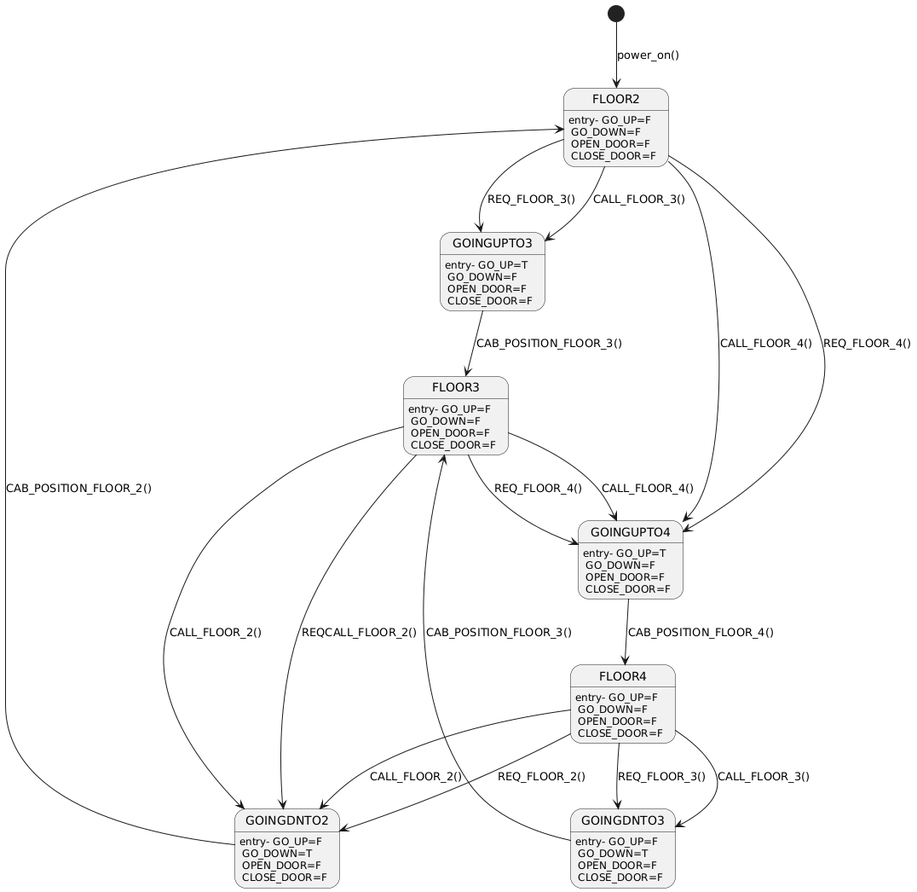
This is state_diagram.png from uta-jks83720/elevatorSimulator, a PlantUML export, as it was before one commit.
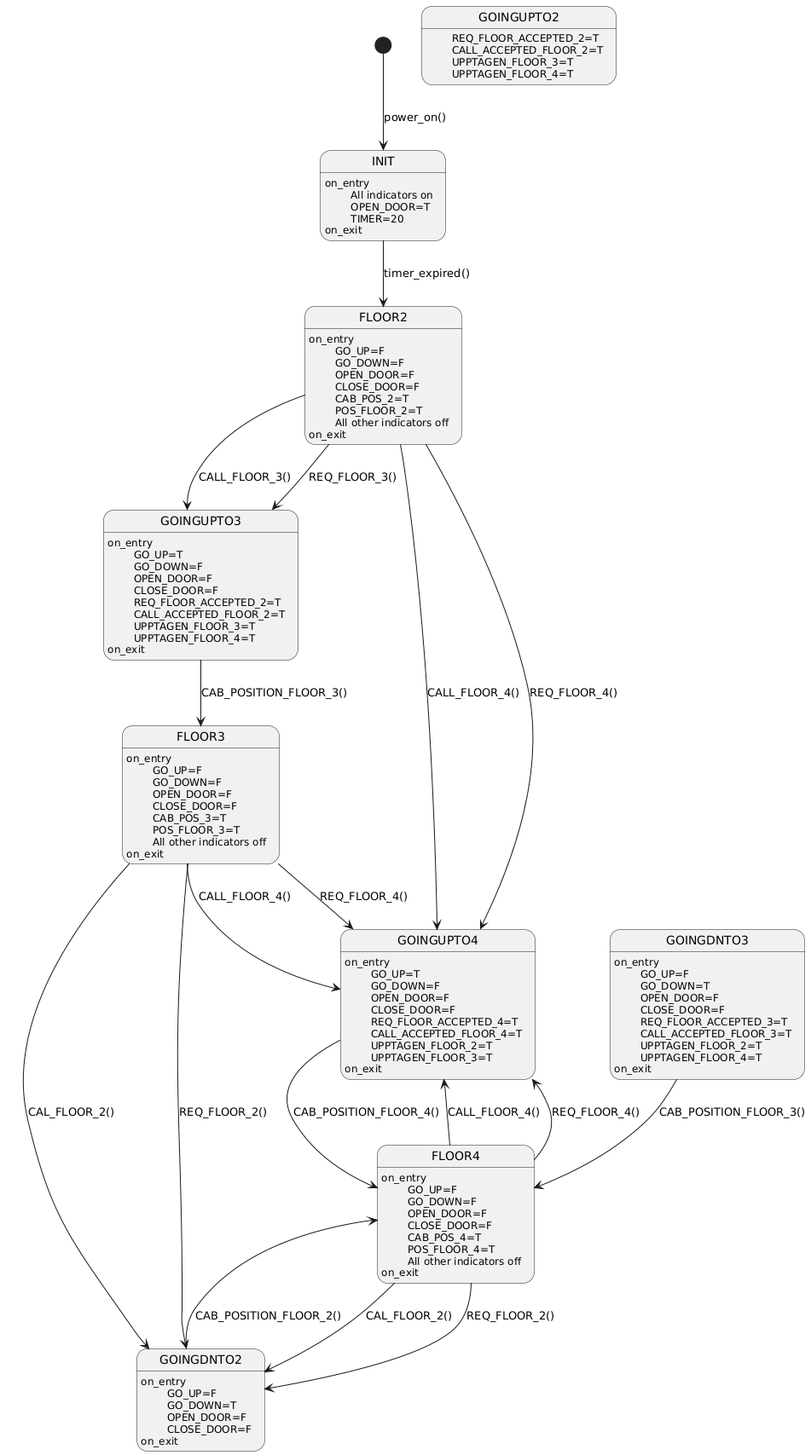
Above is the later version.

Commit message:
New state diagram picture.

What changed in the source:
```diff
@@ -1,26 +1,103 @@
 @startuml
-[*] --> FLOOR2 : power_on()
-FLOOR2 : entry- GO_UP=F\n GO_DOWN=F\n OPEN_DOOR=F \n CLOSE_DOOR=F
-FLOOR3 : entry- GO_UP=F\n GO_DOWN=F\n OPEN_DOOR=F \n CLOSE_DOOR=F
-FLOOR4 : entry- GO_UP=F\n GO_DOWN=F\n OPEN_DOOR=F \n CLOSE_DOOR=F
-GOINGUPTO3 : entry- GO_UP=T\n GO_DOWN=F\n OPEN_DOOR=F \n CLOSE_DOOR=F
-GOINGDNTO3 : entry- GO_UP=F\n GO_DOWN=T\n OPEN_DOOR=F \n CLOSE_DOOR=F
-GOINGUPTO4 : entry- GO_UP=T\n GO_DOWN=F\n OPEN_DOOR=F \n CLOSE_DOOR=F
-GOINGDNTO2 : entry- GO_UP=F\n GO_DOWN=T\n OPEN_DOOR=F \n CLOSE_DOOR=F
+[*] --> INIT : power_on()
+INIT : on_entry
+INIT : \tAll indicators on
+INIT : \tOPEN_DOOR=T
+INIT : \tTIMER=20
+INIT: on_exit
+INIT -->FLOOR2 : timer_expired()
+
+
+FLOOR2 : on_entry
+FLOOR2 : \tGO_UP=F
+FLOOR2 : \tGO_DOWN=F
+FLOOR2 : \tOPEN_DOOR=F
+FLOOR2 : \tCLOSE_DOOR=F
+FLOOR2 : \tCAB_POS_2=T
+FLOOR2 : \tPOS_FLOOR_2=T
+FLOOR2 : \tAll other indicators off
+FLOOR2 : on_exit
 FLOOR2 --> GOINGUPTO3 : CALL_FLOOR_3()
 FLOOR2 --> GOINGUPTO4 : CALL_FLOOR_4()
 FLOOR2 --> GOINGUPTO3 : REQ_FLOOR_3()
 FLOOR2 --> GOINGUPTO4 : REQ_FLOOR_4()
-FLOOR3 --> GOINGDNTO2 : CALL_FLOOR_2()
+
+
+
+FLOOR3 : on_entry
+FLOOR3 : \tGO_UP=F
+FLOOR3 : \tGO_DOWN=F
+FLOOR3 : \tOPEN_DOOR=F
+FLOOR3 : \tCLOSE_DOOR=F
+FLOOR3 : \tCAB_POS_3=T
+FLOOR3 : \tPOS_FLOOR_3=T
+FLOOR3 : \tAll other indicators off
+FLOOR3 : on_exit
 FLOOR3 --> GOINGUPTO4 : CALL_FLOOR_4()
-FLOOR3 --> GOINGDNTO2 : REQCALL_FLOOR_2()
+FLOOR3 --> GOINGDNTO2 : CAL_FLOOR_2()
 FLOOR3 --> GOINGUPTO4 : REQ_FLOOR_4()
-FLOOR4 --> GOINGDNTO2 : CALL_FLOOR_2()
+FLOOR3 --> GOINGDNTO2 : REQ_FLOOR_2()
+
+
+FLOOR4 : on_entry
+FLOOR4 : \tGO_UP=F
+FLOOR4 : \tGO_DOWN=F
+FLOOR4 : \tOPEN_DOOR=F
+FLOOR4 : \tCLOSE_DOOR=F
+FLOOR4 : \tCAB_POS_4=T
+FLOOR4 : \tPOS_FLOOR_4=T
+FLOOR4 : \tAll other indicators off
+FLOOR4 : on_exit
+FLOOR4 --> GOINGUPTO4 : CALL_FLOOR_4()
+FLOOR4 --> GOINGDNTO2 : CAL_FLOOR_2()
+FLOOR4 --> GOINGUPTO4 : REQ_FLOOR_4()
 FLOOR4 --> GOINGDNTO2 : REQ_FLOOR_2()
-FLOOR4 --> GOINGDNTO3 : CALL_FLOOR_3()
-FLOOR4 --> GOINGDNTO3 : REQ_FLOOR_3()
-GOINGDNTO2 -->FLOOR2 : CAB_POSITION_FLOOR_2()
-GOINGDNTO3 -->FLOOR3 : CAB_POSITION_FLOOR_3()
+
+GOINGUPTO3 : on_entry
+GOINGUPTO3 :\tGO_UP=T
+GOINGUPTO3 :\tGO_DOWN=F
+GOINGUPTO3 :\tOPEN_DOOR=F
+GOINGUPTO3 :\tCLOSE_DOOR=F
+GOINGUPTO3 :\tREQ_FLOOR_ACCEPTED_2=T
+GOINGUPTO3 :\tCALL_ACCEPTED_FLOOR_2=T
+GOINGUPTO3 :\tUPPTAGEN_FLOOR_3=T
+GOINGUPTO3 :\tUPPTAGEN_FLOOR_4=T
+GOINGUPTO3 : on_exit
 GOINGUPTO3 -->FLOOR3 : CAB_POSITION_FLOOR_3()
+
+GOINGUPTO4 : on_entry
+GOINGUPTO4 :\tGO_UP=T
+GOINGUPTO4 :\tGO_DOWN=F
+GOINGUPTO4 :\tOPEN_DOOR=F
+GOINGUPTO4 :\tCLOSE_DOOR=F
+GOINGUPTO4 :\tREQ_FLOOR_ACCEPTED_4=T
+GOINGUPTO4 :\tCALL_ACCEPTED_FLOOR_4=T
+GOINGUPTO4 :\tUPPTAGEN_FLOOR_2=T
+GOINGUPTO4 :\tUPPTAGEN_FLOOR_3=T
+GOINGUPTO4 : on_exit
 GOINGUPTO4 -->FLOOR4 : CAB_POSITION_FLOOR_4()
+
+GOINGDNTO3 : on_entry
+GOINGDNTO3 :\tGO_UP=F
+GOINGDNTO3 :\tGO_DOWN=T
+GOINGDNTO3 :\tOPEN_DOOR=F
+GOINGDNTO3 :\tCLOSE_DOOR=F
+GOINGDNTO3 :\tREQ_FLOOR_ACCEPTED_3=T
+GOINGDNTO3 :\tCALL_ACCEPTED_FLOOR_3=T
+GOINGDNTO3 :\tUPPTAGEN_FLOOR_2=T
+GOINGDNTO3 :\tUPPTAGEN_FLOOR_4=T
+GOINGDNTO3 : on_exit
+GOINGDNTO3 -->FLOOR4 : CAB_POSITION_FLOOR_3()
+
+GOINGDNTO2 : on_entry
+GOINGDNTO2 :\tGO_UP=F
+GOINGDNTO2 :\tGO_DOWN=T
+GOINGDNTO2 :\tOPEN_DOOR=F
+GOINGDNTO2 :\tCLOSE_DOOR=F
+GOINGUPTO2 :\tREQ_FLOOR_ACCEPTED_2=T
+GOINGUPTO2 :\tCALL_ACCEPTED_FLOOR_2=T
+GOINGUPTO2 :\tUPPTAGEN_FLOOR_3=T
+GOINGUPTO2 :\tUPPTAGEN_FLOOR_4=T
+GOINGDNTO2 : on_exit
+GOINGDNTO2 -->FLOOR4 : CAB_POSITION_FLOOR_2()
 @enduml
```
